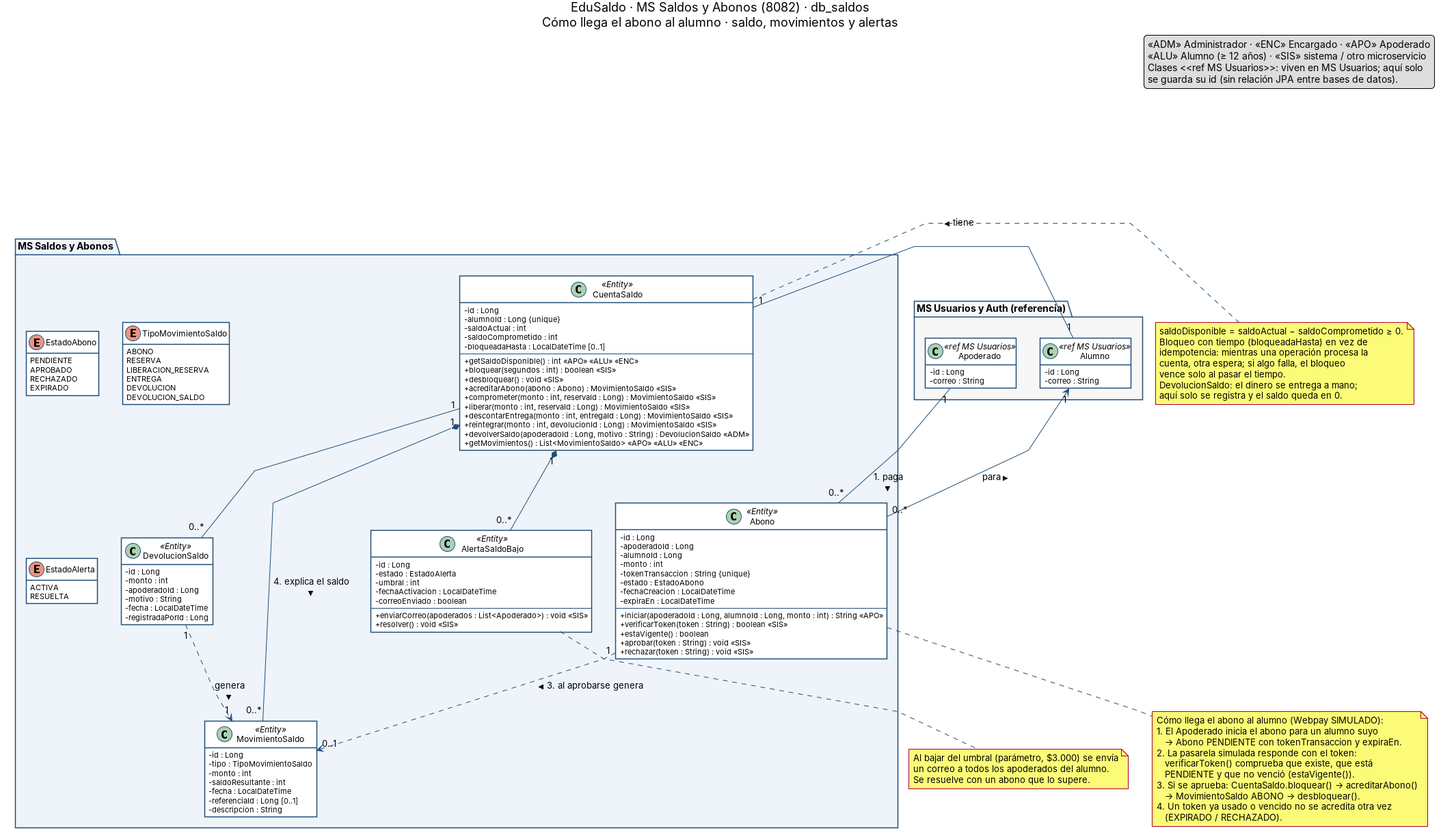
antoniojarasanchez/edusaldo-ms-alumnos-saldos keeps this PlantUML diagram as docs/02_ms_alumnos_saldos.png. Above is the earlier version. Its source is kept beside it as docs/02_ms_alumnos_saldos.puml.
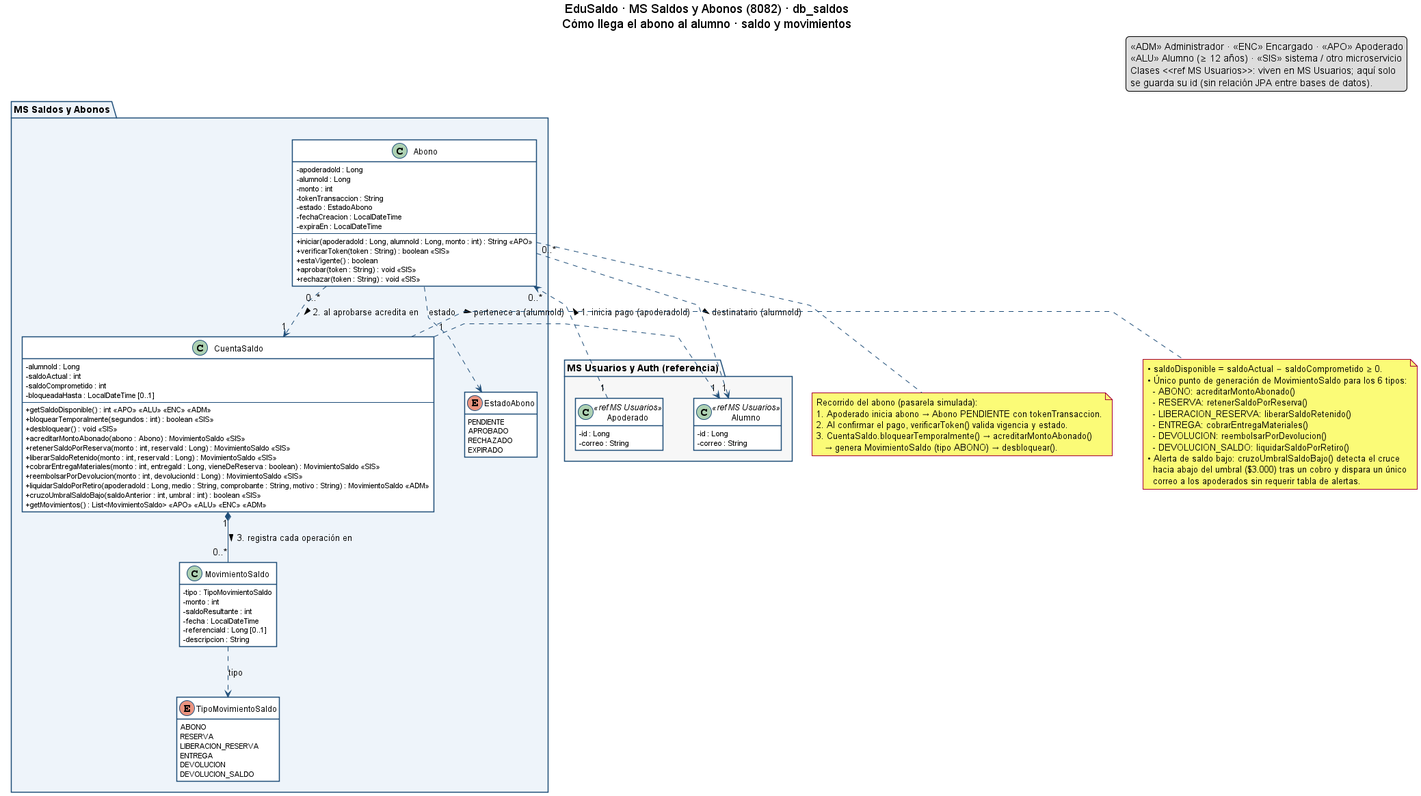
The same file after the commit.

What changed in the source:
```diff
@@ -1,6 +1,20 @@
 @startuml 02_ms_alumnos_saldos
-!include estilo.iuml
-title EduSaldo · MS Saldos y Abonos (8082) · db_saldos\nCómo llega el abono al alumno · saldo, movimientos y alertas
+skinparam classAttributeIconSize 0
+skinparam shadowing false
+skinparam linetype polyline
+skinparam class {
+  BackgroundColor #FFFFFF
+  BorderColor #1F4E79
+  ArrowColor #1F4E79
+}
+skinparam package {
+  BorderColor #1F4E79
+  BackgroundColor #EEF4FA
+}
+hide empty members
+skinparam nodesep 45
+skinparam ranksep 55
+title EduSaldo · MS Saldos y Abonos (8082) · db_saldos\nCómo llega el abono al alumno · saldo y movimientos
 
 legend top right
   «ADM» Administrador · «ENC» Encargado · «APO» Apoderado
@@ -38,17 +52,11 @@
     DEVOLUCION_SALDO
   }
 
-  enum EstadoAlerta {
-    ACTIVA
-    RESUELTA
-  }
-
-  class Abono <<Entity>> {
-    - id : Long
+  class Abono {
     - apoderadoId : Long
     - alumnoId : Long
     - monto : int
-    - tokenTransaccion : String {unique}
+    - tokenTransaccion : String
     - estado : EstadoAbono
     - fechaCreacion : LocalDateTime
     - expiraEn : LocalDateTime
@@ -60,27 +68,26 @@
     + rechazar(token : String) : void «SIS»
   }
 
-  class CuentaSaldo <<Entity>> {
-    - id : Long
-    - alumnoId : Long {unique}
+  class CuentaSaldo {
+    - alumnoId : Long
     - saldoActual : int
     - saldoComprometido : int
     - bloqueadaHasta : LocalDateTime [0..1]
     --
-    + getSaldoDisponible() : int «APO» «ALU» «ENC»
-    + bloquear(segundos : int) : boolean «SIS»
+    + getSaldoDisponible() : int «APO» «ALU» «ENC» «ADM»
+    + bloquearTemporalmente(segundos : int) : boolean «SIS»
     + desbloquear() : void «SIS»
-    + acreditarAbono(abono : Abono) : MovimientoSaldo «SIS»
-    + comprometer(monto : int, reservaId : Long) : MovimientoSaldo «SIS»
-    + liberar(monto : int, reservaId : Long) : MovimientoSaldo «SIS»
-    + descontarEntrega(monto : int, entregaId : Long) : MovimientoSaldo «SIS»
-    + reintegrar(monto : int, devolucionId : Long) : MovimientoSaldo «SIS»
-    + devolverSaldo(apoderadoId : Long, motivo : String) : DevolucionSaldo «ADM»
-    + getMovimientos() : List<MovimientoSaldo> «APO» «ALU» «ENC»
+    + acreditarMontoAbonado(abono : Abono) : MovimientoSaldo «SIS»
+    + retenerSaldoPorReserva(monto : int, reservaId : Long) : MovimientoSaldo «SIS»
+    + liberarSaldoRetenido(monto : int, reservaId : Long) : MovimientoSaldo «SIS»
+    + cobrarEntregaMateriales(monto : int, entregaId : Long, vieneDeReserva : boolean) : MovimientoSaldo «SIS»
+    + reembolsarPorDevolucion(monto : int, devolucionId : Long) : MovimientoSaldo «SIS»
+    + liquidarSaldoPorRetiro(apoderadoId : Long, medio : String, comprobante : String, motivo : String) : MovimientoSaldo «ADM»
+    + cruzoUmbralSaldoBajo(saldoAnterior : int, umbral : int) : boolean «SIS»
+    + getMovimientos() : List<MovimientoSaldo> «APO» «ALU» «ENC» «ADM»
   }
 
-  class MovimientoSaldo <<Entity>> {
-    - id : Long
+  class MovimientoSaldo {
     - tipo : TipoMovimientoSaldo
     - monto : int
     - saldoResultante : int
@@ -88,63 +95,37 @@
     - referenciaId : Long [0..1]
     - descripcion : String
   }
-
-  class AlertaSaldoBajo <<Entity>> {
-    - id : Long
-    - estado : EstadoAlerta
-    - umbral : int
-    - fechaActivacion : LocalDateTime
-    - correoEnviado : boolean
-    --
-    + enviarCorreo(apoderados : List<Apoderado>) : void «SIS»
-    + resolver() : void «SIS»
-  }
-
-  class DevolucionSaldo <<Entity>> {
-    - id : Long
-    - monto : int
-    - apoderadoId : Long
-    - motivo : String
-    - fecha : LocalDateTime
-    - registradaPorId : Long
-  }
 }
 
-Apoderado "1" -- "0..*" Abono : 1. paga >
-Abono "0..*" --> "1" Alumno : para >
-Alumno "1" -- "1" CuentaSaldo : tiene >
-Abono "1" ..> "0..1" MovimientoSaldo : 3. al aprobarse genera >
-CuentaSaldo "1" *-- "0..*" MovimientoSaldo : 4. explica el saldo >
-CuentaSaldo "1" *-- "0..*" AlertaSaldoBajo
-CuentaSaldo "1" -- "0..*" DevolucionSaldo
-DevolucionSaldo "1" ..> "1" MovimientoSaldo : genera >
+Apoderado "1" ..> "0..*" Abono : 1. inicia pago (apoderadoId) >
+Abono "0..*" ..> "1" Alumno : destinatario (alumnoId) >
+CuentaSaldo "1" ..> "1" Alumno : pertenece a (alumnoId) >
+
+Abono "0..*" ..> "1" CuentaSaldo : 2. al aprobarse acredita en >
+CuentaSaldo "1" *-- "0..*" MovimientoSaldo : 3. registra cada operación en >
+
+Abono ..> EstadoAbono : estado
+MovimientoSaldo ..> TipoMovimientoSaldo : tipo
 
 note bottom of Abono
-  Cómo llega el abono al alumno (Webpay SIMULADO):
-  1. El Apoderado inicia el abono para un alumno suyo
-     → Abono PENDIENTE con tokenTransaccion y expiraEn.
-  2. La pasarela simulada responde con el token:
-     verificarToken() comprueba que existe, que está
-     PENDIENTE y que no venció (estaVigente()).
-  3. Si se aprueba: CuentaSaldo.bloquear() → acreditarAbono()
-     → MovimientoSaldo ABONO → desbloquear().
-  4. Un token ya usado o vencido no se acredita otra vez
-     (EXPIRADO / RECHAZADO).
+  Recorrido del abono (pasarela simulada):
+  1. Apoderado inicia abono → Abono PENDIENTE con tokenTransaccion.
+  2. Al confirmar el pago, verificarToken() valida vigencia y estado.
+  3. CuentaSaldo.bloquearTemporalmente() → acreditarMontoAbonado()
+     → genera MovimientoSaldo (tipo ABONO) → desbloquear().
 end note
 
 note right of CuentaSaldo
-  saldoDisponible = saldoActual − saldoComprometido ≥ 0.
-  Bloqueo con tiempo (bloqueadaHasta) en vez de
-  idempotencia: mientras una operación procesa la
-  cuenta, otra espera; si algo falla, el bloqueo
-  vence solo al pasar el tiempo.
-  DevolucionSaldo: el dinero se entrega a mano;
-  aquí solo se registra y el saldo queda en 0.
-end note
-
-note bottom of AlertaSaldoBajo
-  Al bajar del umbral (parámetro, $3.000) se envía
-  un correo a todos los apoderados del alumno.
-  Se resuelve con un abono que lo supere.
+  • saldoDisponible = saldoActual − saldoComprometido ≥ 0.
+  • Único punto de generación de MovimientoSaldo para los 6 tipos:
+    - ABONO: acreditarMontoAbonado()
+    - RESERVA: retenerSaldoPorReserva()
+    - LIBERACION_RESERVA: liberarSaldoRetenido()
+    - ENTREGA: cobrarEntregaMateriales()
+    - DEVOLUCION: reembolsarPorDevolucion()
+    - DEVOLUCION_SALDO: liquidarSaldoPorRetiro()
+  • Alerta de saldo bajo: cruzoUmbralSaldoBajo() detecta el cruce
+    hacia abajo del umbral ($3.000) tras un cobro y dispara un único
+    correo a los apoderados sin requerir tabla de alertas.
 end note
 @enduml
```
